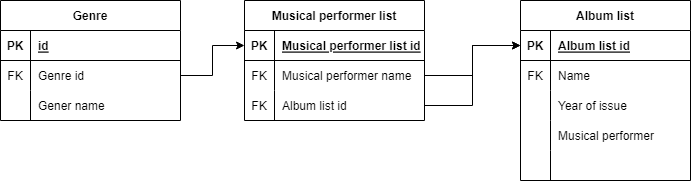
VadimRoziznan/Music-site keeps this draw.io diagram as Music site.drawio.png. Above is the earlier version. Source tidied: cells renumbered, new cells last; positions are measured from the earlier drawing's top-left corner, leaving out a move shared by most shapes.
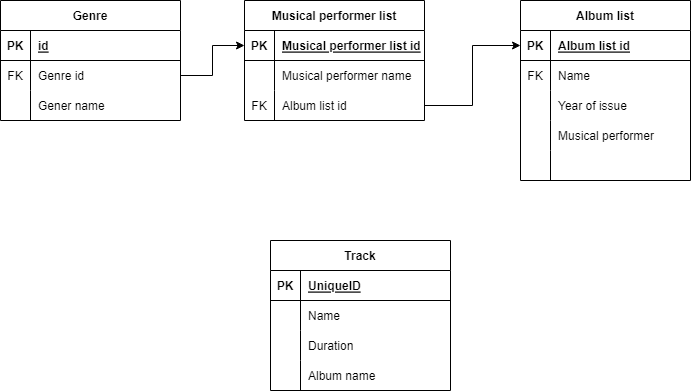
The same diagram one commit later.

What changed in the source:
```diff
@@ -47,7 +47,7 @@
     <mxCell id="16" style="shape=tableRow;horizontal=0;startSize=0;swimlaneHead=0;swimlaneBody=0;fillColor=none;points=[[0,0.5],[1,0.5]];portConstraint=eastwest;top=0;left=0;right=0;bottom=0;strokeColor=default;fontFamily=Helvetica;fontSize=12;fontColor=default;" parent="12" vertex="1">
       <mxGeometry y="60" width="180" height="30" as="geometry" />
     </mxCell>
-    <mxCell id="17" value="FK" style="shape=partialRectangle;fillColor=none;top=0;left=0;bottom=0;right=0;overflow=hidden;strokeColor=default;fontFamily=Helvetica;fontSize=12;fontColor=default;" parent="16" vertex="1">
+    <mxCell id="17" style="shape=partialRectangle;fillColor=none;top=0;left=0;bottom=0;right=0;overflow=hidden;strokeColor=default;fontFamily=Helvetica;fontSize=12;fontColor=default;" parent="16" vertex="1">
       <mxGeometry width="30" height="30" as="geometry" />
     </mxCell>
     <mxCell id="18" value="Musical performer name" style="shape=partialRectangle;fillColor=none;top=0;left=0;bottom=0;right=0;align=left;spacingLeft=6;overflow=hidden;strokeColor=default;fontFamily=Helvetica;fontSize=12;fontColor=default;" parent="16" vertex="1">
@@ -113,14 +113,50 @@
     <mxCell id="38" style="edgeStyle=orthogonalEdgeStyle;rounded=0;jettySize=auto;html=1;exitX=1;exitY=0.5;exitDx=0;exitDy=0;entryX=0;entryY=0.5;entryDx=0;entryDy=0;" parent="1" edge="1" source="x" target="13">
       <mxGeometry relative="1" as="geometry" />
     </mxCell>
-    <mxCell id="39" style="edgeStyle=orthogonalEdgeStyle;rounded=0;jettySize=auto;html=1;exitX=1;exitY=0.5;exitDx=0;exitDy=0;entryX=0;entryY=0.5;entryDx=0;entryDy=0;" parent="1" edge="1" source="16" target="23">
-      <mxGeometry relative="1" as="geometry" />
-    </mxCell>
     <mxCell id="40" style="edgeStyle=orthogonalEdgeStyle;rounded=0;jettySize=auto;html=1;exitX=1;exitY=0.5;exitDx=0;exitDy=0;entryX=0;entryY=0.5;entryDx=0;entryDy=0;" parent="1" edge="1" source="19" target="23">
       <mxGeometry relative="1" as="geometry" />
     </mxCell>
     <mxCell id="41" style="edgeStyle=orthogonalEdgeStyle;rounded=0;jettySize=auto;html=1;exitX=1;exitY=0.5;exitDx=0;exitDy=0;entryX=0;entryY=0.5;entryDx=0;entryDy=0;" parent="1" edge="1" source="6" target="13">
       <mxGeometry relative="1" as="geometry" />
     </mxCell>
+    <mxCell id="42" value="Track" style="shape=table;startSize=30;rowLines=0;fontStyle=1;align=center;" parent="1" vertex="1">
+      <mxGeometry x="270" y="240" width="180" height="150" as="geometry" />
+    </mxCell>
+    <mxCell id="43" style="shape=tableRow;horizontal=0;startSize=0;swimlaneHead=0;swimlaneBody=0;fillColor=none;top=0;left=0;right=0;bottom=1;" parent="42" vertex="1">
+      <mxGeometry y="30" width="180" height="30" as="geometry" />
+    </mxCell>
+    <mxCell id="44" value="PK" style="shape=partialRectangle;fillColor=none;top=0;left=0;bottom=0;right=0;fontStyle=1;overflow=hidden;" parent="43" vertex="1">
+      <mxGeometry width="30" height="30" as="geometry" />
+    </mxCell>
+    <mxCell id="45" value="UniqueID" style="shape=partialRectangle;fillColor=none;top=0;left=0;bottom=0;right=0;align=left;spacingLeft=6;fontStyle=5;overflow=hidden;" parent="43" vertex="1">
+      <mxGeometry x="30" width="150" height="30" as="geometry" />
+    </mxCell>
+    <mxCell id="46" style="shape=tableRow;horizontal=0;startSize=0;swimlaneHead=0;swimlaneBody=0;fillColor=none;top=0;left=0;right=0;bottom=0;" parent="42" vertex="1">
+      <mxGeometry y="60" width="180" height="30" as="geometry" />
+    </mxCell>
+    <mxCell id="47" style="shape=partialRectangle;fillColor=none;top=0;left=0;bottom=0;right=0;overflow=hidden;" parent="46" vertex="1">
+      <mxGeometry width="30" height="30" as="geometry" />
+    </mxCell>
+    <mxCell id="48" value="Name" style="shape=partialRectangle;fillColor=none;top=0;left=0;bottom=0;right=0;align=left;spacingLeft=6;overflow=hidden;" parent="46" vertex="1">
+      <mxGeometry x="30" width="150" height="30" as="geometry" />
+    </mxCell>
+    <mxCell id="49" style="shape=tableRow;horizontal=0;startSize=0;swimlaneHead=0;swimlaneBody=0;fillColor=none;top=0;left=0;right=0;bottom=0;" parent="42" vertex="1">
+      <mxGeometry y="90" width="180" height="30" as="geometry" />
+    </mxCell>
+    <mxCell id="50" style="shape=partialRectangle;fillColor=none;top=0;left=0;bottom=0;right=0;overflow=hidden;" parent="49" vertex="1">
+      <mxGeometry width="30" height="30" as="geometry" />
+    </mxCell>
+    <mxCell id="51" value="Duration" style="shape=partialRectangle;fillColor=none;top=0;left=0;bottom=0;right=0;align=left;spacingLeft=6;overflow=hidden;" parent="49" vertex="1">
+      <mxGeometry x="30" width="150" height="30" as="geometry" />
+    </mxCell>
+    <mxCell id="52" style="shape=tableRow;horizontal=0;startSize=0;swimlaneHead=0;swimlaneBody=0;fillColor=none;top=0;left=0;right=0;bottom=0;" parent="42" vertex="1">
+      <mxGeometry y="120" width="180" height="30" as="geometry" />
+    </mxCell>
+    <mxCell id="53" style="shape=partialRectangle;fillColor=none;top=0;left=0;bottom=0;right=0;overflow=hidden;" parent="52" vertex="1">
+      <mxGeometry width="30" height="30" as="geometry" />
+    </mxCell>
+    <mxCell id="54" value="Album name" style="shape=partialRectangle;fillColor=none;top=0;left=0;bottom=0;right=0;align=left;spacingLeft=6;overflow=hidden;" parent="52" vertex="1">
+      <mxGeometry x="30" width="150" height="30" as="geometry" />
+    </mxCell>
   </root>
 </mxGraphModel>
```
